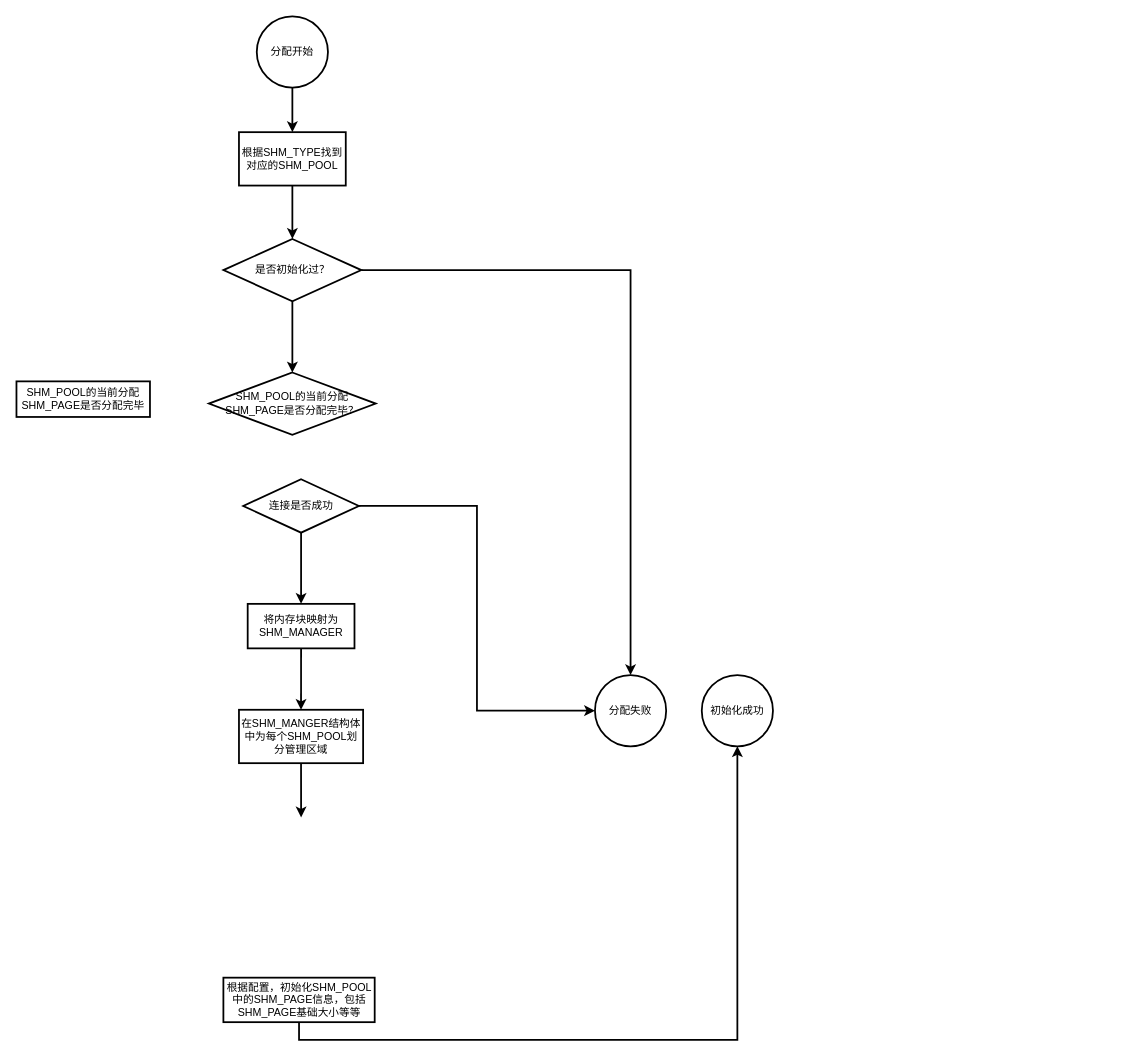
Above: LCT2.drawio in FAKERINHEART/draw_folder (draw.io), before the change. Source tidied: cells renumbered, new cells numbered last; positions are measured from the earlier drawing's top-left corner, leaving out a move shared by most shapes. Both pictures are drawn from the tidied source at 89%, with x=0, y=0 at pixel (16, 16).
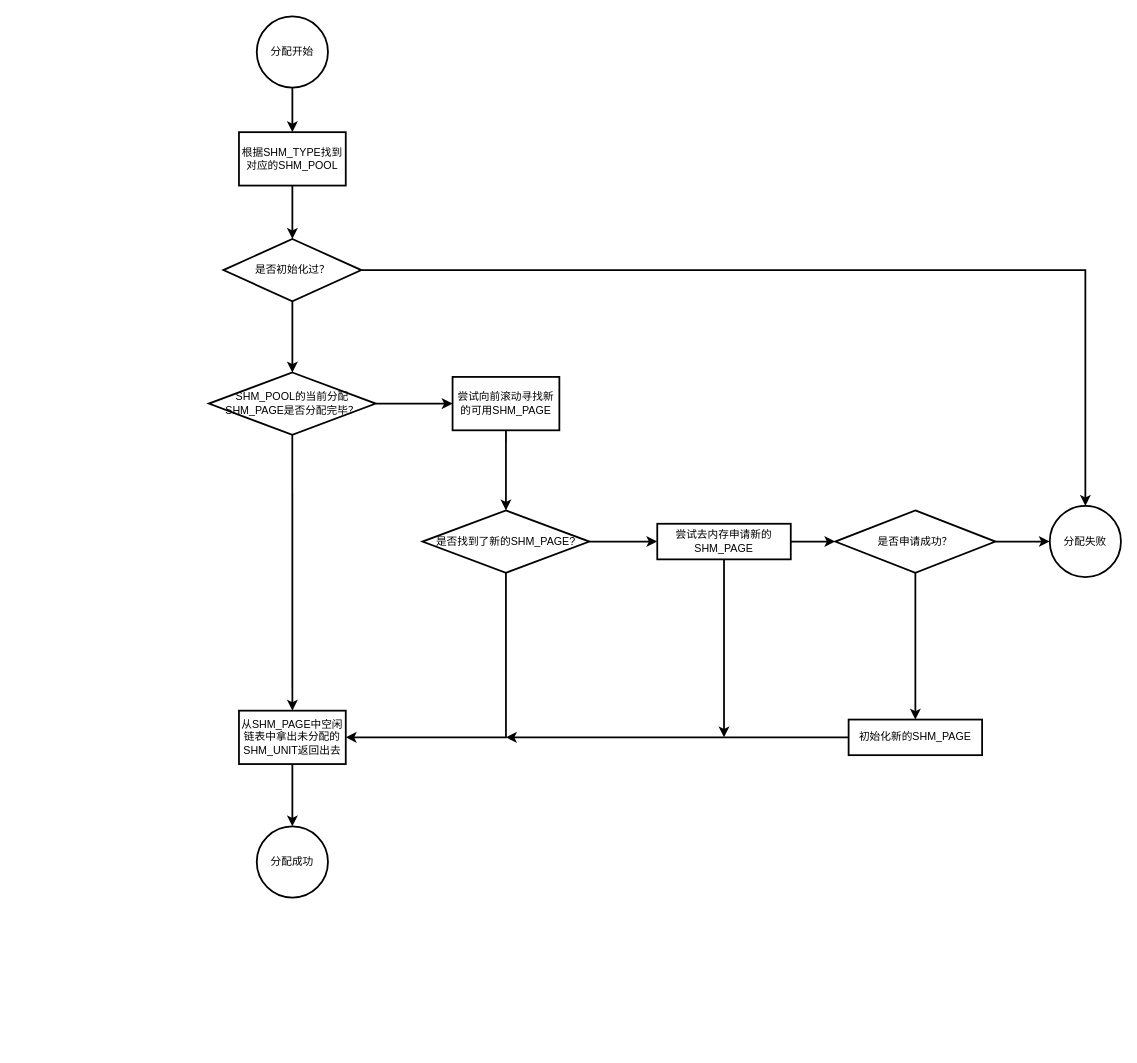
Above is the later version.

Unchanged cells that the change refers to:
```xml
<mxCell id="8" value="是否初始化过？" style="rhombus;whiteSpace=wrap;html=1;strokeWidth=2;" parent="1" vertex="1">
  <mxGeometry x="232.5" y="250" width="155" height="70" as="geometry" />
</mxCell>
<mxCell id="21" value="SHM_POOL的当前分配SHM_PAGE是否分配完毕？" style="rhombus;whiteSpace=wrap;html=1;strokeWidth=2;" parent="1" vertex="1">
  <mxGeometry x="216.2" y="400" width="187.5" height="70" as="geometry" />
</mxCell>
```

Diff of the diagram source:
```diff
@@
     <mxCell id="6" style="edgeStyle=orthogonalEdgeStyle;rounded=0;jettySize=auto;html=1;exitX=1;exitY=0.5;exitDx=0;exitDy=0;strokeWidth=2;" parent="1" edge="1" source="8" target="10">
       <mxGeometry relative="1" as="geometry">
         <Array as="points">
-          <mxPoint x="690" y="285" />
+          <mxPoint x="1201" y="285" />
         </Array>
       </mxGeometry>
     </mxCell>
@@
-    <mxCell id="9" value="初始化成功" style="ellipse;whiteSpace=wrap;html=1;strokeWidth=2;align=center;" parent="1" vertex="1">
-      <mxGeometry x="770" y="740" width="80" height="80" as="geometry" />
+    <mxCell id="9" value="分配成功" style="ellipse;whiteSpace=wrap;html=1;strokeWidth=2;align=center;" parent="1" vertex="1">
+      <mxGeometry x="270" y="910" width="80" height="80" as="geometry" />
     </mxCell>
     <mxCell id="10" value="分配失败" style="ellipse;whiteSpace=wrap;html=1;strokeWidth=2;align=center;" parent="1" vertex="1">
-      <mxGeometry x="650" y="740" width="80" height="80" as="geometry" />
+      <mxGeometry x="1161" y="550" width="80" height="80" as="geometry" />
     </mxCell>
+    <mxCell id="22" style="edgeStyle=orthogonalEdgeStyle;rounded=0;jettySize=auto;html=1;exitX=1;exitY=0.5;exitDx=0;exitDy=0;entryX=0;entryY=0.5;entryDx=0;entryDy=0;strokeWidth=2;" parent="1" edge="1" source="11" target="33">
+      <mxGeometry relative="1" as="geometry" />
+    </mxCell>
+    <mxCell id="23" style="edgeStyle=orthogonalEdgeStyle;rounded=0;jettySize=auto;html=1;exitX=0.5;exitY=1;exitDx=0;exitDy=0;strokeWidth=2;" parent="1" edge="1" source="11">
+      <mxGeometry relative="1" as="geometry">
+        <mxPoint x="795" y="810" as="targetPoint" />
+      </mxGeometry>
+    </mxCell>
-    <mxCell id="11" value="SHM_POOL的当前分配SHM_PAGE是否分配完毕" style="rounded=0;whiteSpace=wrap;html=1;strokeWidth=2;align=center;" parent="1" vertex="1">
-      <mxGeometry y="410" width="150" height="40" as="geometry" />
+    <mxCell id="11" value="尝试去内存申请新的SHM_PAGE" style="rounded=0;whiteSpace=wrap;html=1;strokeWidth=2;align=center;" parent="1" vertex="1">
+      <mxGeometry x="720" y="570" width="150" height="40" as="geometry" />
     </mxCell>
-    <mxCell id="12" style="edgeStyle=orthogonalEdgeStyle;rounded=0;jettySize=auto;html=1;exitX=1;exitY=0.5;exitDx=0;exitDy=0;entryX=0;entryY=0.5;entryDx=0;entryDy=0;strokeWidth=2;" parent="1" edge="1" source="14" target="10">
-      <mxGeometry relative="1" as="geometry" />
-    </mxCell>
-    <mxCell id="13" style="edgeStyle=orthogonalEdgeStyle;rounded=0;jettySize=auto;html=1;exitX=0.5;exitY=1;exitDx=0;exitDy=0;entryX=0.5;entryY=0;entryDx=0;entryDy=0;strokeWidth=2;" parent="1" edge="1" source="14" target="16">
-      <mxGeometry relative="1" as="geometry" />
-    </mxCell>
-    <mxCell id="14" value="连接是否成功" style="rhombus;whiteSpace=wrap;html=1;strokeWidth=2;align=center;" parent="1" vertex="1">
-      <mxGeometry x="254.8" y="520" width="130" height="60" as="geometry" />
-    </mxCell>
-    <mxCell id="15" style="edgeStyle=orthogonalEdgeStyle;rounded=0;jettySize=auto;html=1;exitX=0.5;exitY=1;exitDx=0;exitDy=0;entryX=0.5;entryY=0;entryDx=0;entryDy=0;strokeWidth=2;" parent="1" edge="1" source="16" target="18">
-      <mxGeometry relative="1" as="geometry" />
-    </mxCell>
-    <mxCell id="16" value="将内存块映射为SHM_MANAGER" style="rounded=0;whiteSpace=wrap;html=1;strokeWidth=2;align=center;" parent="1" vertex="1">
-      <mxGeometry x="259.8" y="660" width="120" height="50" as="geometry" />
-    </mxCell>
-    <mxCell id="17" style="edgeStyle=orthogonalEdgeStyle;rounded=0;jettySize=auto;html=1;exitX=0.5;exitY=1;exitDx=0;exitDy=0;entryX=0.5;entryY=0;entryDx=0;entryDy=0;strokeWidth=2;" parent="1" edge="1" source="18">
-      <mxGeometry relative="1" as="geometry">
-        <mxPoint x="319.8" y="900" as="targetPoint" />
-      </mxGeometry>
-    </mxCell>
-    <mxCell id="18" value="在SHM_MANGER结构体中为每个SHM_POOL划分管理区域" style="rounded=0;whiteSpace=wrap;html=1;strokeWidth=2;align=center;" parent="1" vertex="1">
-      <mxGeometry x="250" y="779" width="139.5" height="60" as="geometry" />
-    </mxCell>
-    <mxCell id="19" style="edgeStyle=orthogonalEdgeStyle;rounded=0;jettySize=auto;html=1;exitX=0.5;exitY=1;exitDx=0;exitDy=0;entryX=0.5;entryY=1;entryDx=0;entryDy=0;strokeWidth=2;" parent="1" edge="1" source="20" target="9">
-      <mxGeometry relative="1" as="geometry" />
-    </mxCell>
-    <mxCell id="20" value="&lt;span&gt;根据配置，初始化SHM_POOL中的SHM_PAGE信息，包括SHM_PAGE基础大小等等&lt;/span&gt;" style="rounded=0;whiteSpace=wrap;html=1;strokeWidth=2;align=center;" parent="1" vertex="1">
-      <mxGeometry x="232.5" y="1080" width="170" height="50" as="geometry" />
-    </mxCell>
+    <mxCell id="24" style="edgeStyle=orthogonalEdgeStyle;rounded=0;jettySize=auto;html=1;exitX=1;exitY=0.5;exitDx=0;exitDy=0;entryX=0;entryY=0.5;entryDx=0;entryDy=0;strokeWidth=2;" parent="1" edge="1" source="21" target="27">
+      <mxGeometry relative="1" as="geometry" />
+    </mxCell>
+    <mxCell id="25" style="edgeStyle=orthogonalEdgeStyle;rounded=0;jettySize=auto;html=1;exitX=0.5;exitY=1;exitDx=0;exitDy=0;entryX=0.5;entryY=0;entryDx=0;entryDy=0;strokeWidth=2;" parent="1" edge="1" source="21" target="35">
+      <mxGeometry relative="1" as="geometry" />
+    </mxCell>
@@
+    <mxCell id="26" style="edgeStyle=orthogonalEdgeStyle;rounded=0;jettySize=auto;html=1;exitX=0.5;exitY=1;exitDx=0;exitDy=0;entryX=0.5;entryY=0;entryDx=0;entryDy=0;strokeWidth=2;" parent="1" edge="1" source="27" target="30">
+      <mxGeometry relative="1" as="geometry" />
+    </mxCell>
+    <mxCell id="27" value="尝试向前滚动寻找新的可用SHM_PAGE" style="rounded=0;whiteSpace=wrap;html=1;strokeWidth=2;" parent="1" vertex="1">
+      <mxGeometry x="490" y="405" width="120" height="60" as="geometry" />
+    </mxCell>
+    <mxCell id="28" style="edgeStyle=orthogonalEdgeStyle;rounded=0;jettySize=auto;html=1;exitX=1;exitY=0.5;exitDx=0;exitDy=0;strokeWidth=2;" parent="1" edge="1" source="30" target="11">
+      <mxGeometry relative="1" as="geometry" />
+    </mxCell>
+    <mxCell id="29" style="edgeStyle=orthogonalEdgeStyle;rounded=0;jettySize=auto;html=1;exitX=0.5;exitY=1;exitDx=0;exitDy=0;entryX=1;entryY=0.5;entryDx=0;entryDy=0;strokeWidth=2;" parent="1" edge="1" source="30" target="35">
+      <mxGeometry relative="1" as="geometry">
+        <Array as="points">
+          <mxPoint x="550" y="810" />
+        </Array>
+      </mxGeometry>
+    </mxCell>
+    <mxCell id="30" value="是否找到了新的SHM_PAGE?" style="rhombus;whiteSpace=wrap;html=1;strokeWidth=2;" parent="1" vertex="1">
+      <mxGeometry x="456.2" y="555" width="187.5" height="70" as="geometry" />
+    </mxCell>
+    <mxCell id="31" style="edgeStyle=orthogonalEdgeStyle;rounded=0;jettySize=auto;html=1;entryX=0;entryY=0.5;entryDx=0;entryDy=0;strokeWidth=2;" parent="1" edge="1" source="33" target="10">
+      <mxGeometry relative="1" as="geometry" />
+    </mxCell>
+    <mxCell id="32" style="edgeStyle=orthogonalEdgeStyle;rounded=0;jettySize=auto;html=1;exitX=0.5;exitY=1;exitDx=0;exitDy=0;entryX=0.5;entryY=0;entryDx=0;entryDy=0;strokeWidth=2;" parent="1" edge="1" source="33" target="37">
+      <mxGeometry relative="1" as="geometry" />
+    </mxCell>
+    <mxCell id="33" value="是否申请成功？" style="rhombus;whiteSpace=wrap;html=1;strokeWidth=2;" parent="1" vertex="1">
+      <mxGeometry x="920" y="555" width="180" height="70" as="geometry" />
+    </mxCell>
+    <mxCell id="34" style="edgeStyle=orthogonalEdgeStyle;rounded=0;jettySize=auto;html=1;exitX=0.5;exitY=1;exitDx=0;exitDy=0;entryX=0.5;entryY=0;entryDx=0;entryDy=0;strokeWidth=2;" parent="1" edge="1" source="35" target="9">
+      <mxGeometry relative="1" as="geometry" />
+    </mxCell>
+    <mxCell id="35" value="从SHM_PAGE中空闲链表中拿出未分配的SHM_UNIT返回出去" style="rounded=0;whiteSpace=wrap;html=1;strokeWidth=2;" parent="1" vertex="1">
+      <mxGeometry x="250" y="780" width="120" height="60" as="geometry" />
+    </mxCell>
+    <mxCell id="36" style="edgeStyle=orthogonalEdgeStyle;rounded=0;jettySize=auto;html=1;exitX=0;exitY=0.5;exitDx=0;exitDy=0;strokeWidth=2;" parent="1" edge="1" source="37">
+      <mxGeometry relative="1" as="geometry">
+        <mxPoint x="550" y="810" as="targetPoint" />
+      </mxGeometry>
+    </mxCell>
+    <mxCell id="37" value="初始化新的SHM_PAGE" style="rounded=0;whiteSpace=wrap;html=1;strokeWidth=2;align=center;" parent="1" vertex="1">
+      <mxGeometry x="935" y="790" width="150" height="40" as="geometry" />
+    </mxCell>
```
